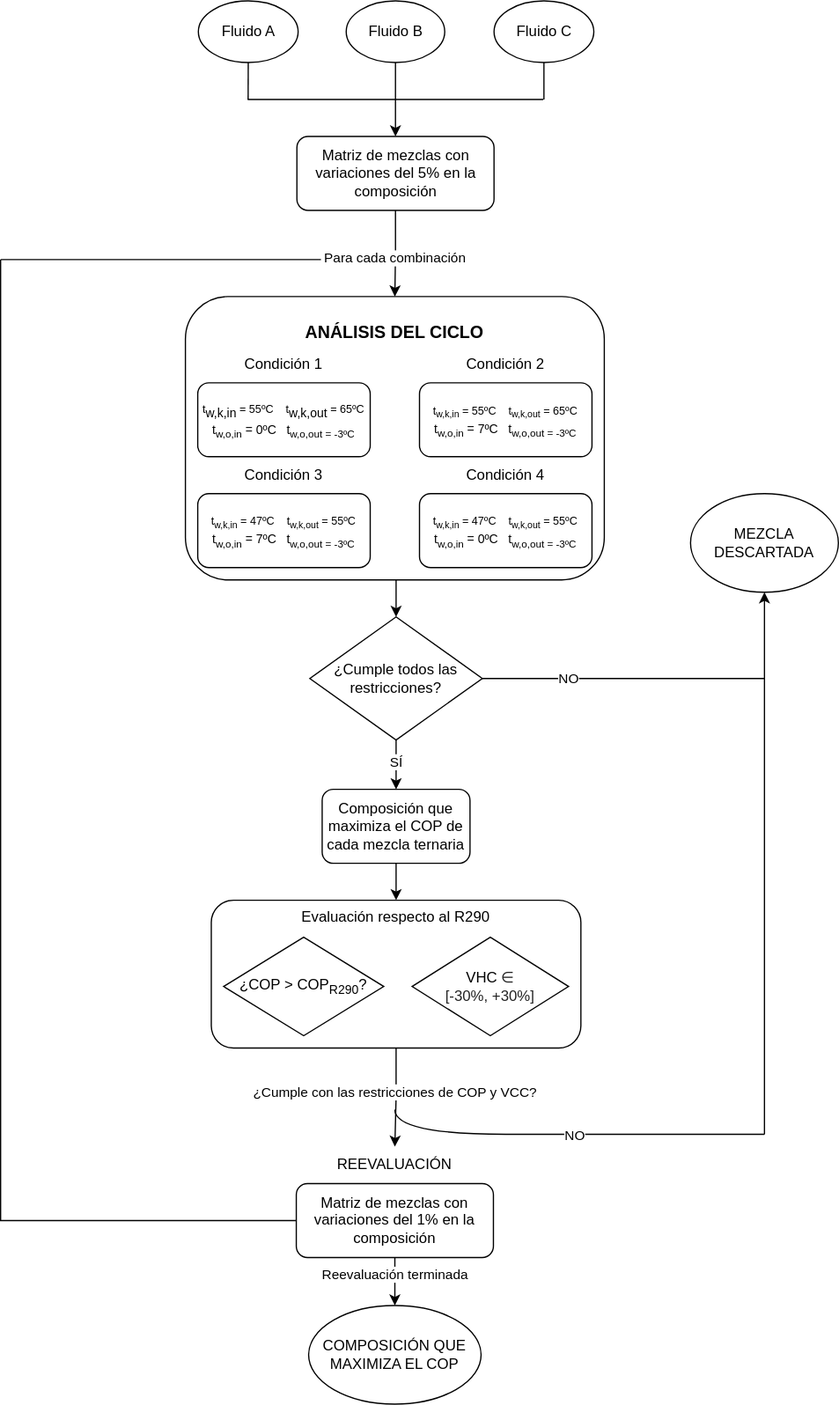
The draw.io diagram imagenes-generacion/diagrama_screening.svg in muarckbucks/Trabajo-final-de-grado, before a commit. Source tidied: cells renumbered, new cells last; positions are measured from the earlier drawing's top-left corner, leaving out a move shared by most shapes.
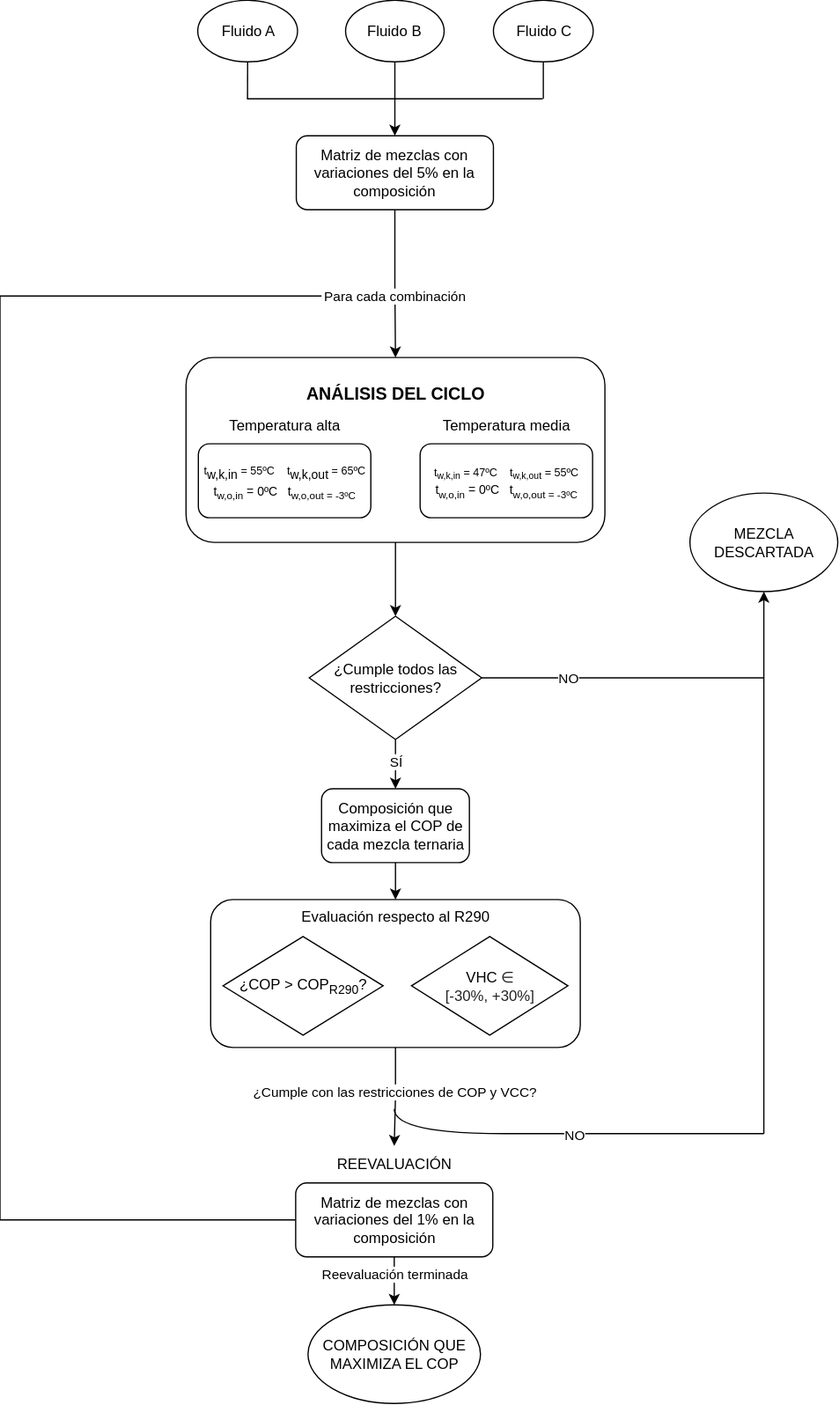
After the change.

What changed in the source:
```diff
@@ -33,15 +33,13 @@
       </mxGeometry>
     </mxCell>
     <mxCell id="9" value="Para cada combinación" style="edgeStyle=orthogonalEdgeStyle;rounded=0;jettySize=auto;html=1;exitX=0.5;exitY=1;exitDx=0;exitDy=0;entryX=0.5;entryY=0;entryDx=0;entryDy=0;" parent="1" edge="1" source="10" target="22">
-      <mxGeometry x="0.11" relative="1" as="geometry" />
+      <mxGeometry x="0.17" y="-1" relative="1" as="geometry" />
     </mxCell>
     <mxCell id="10" value="Matriz de mezclas con variaciones del 5% en la composición" style="rounded=1;whiteSpace=wrap;html=1;" parent="1" vertex="1">
       <mxGeometry x="240.5" y="110" width="160" height="60" as="geometry" />
     </mxCell>
-    <mxCell id="11" style="edgeStyle=orthogonalEdgeStyle;rounded=0;jettySize=auto;html=1;entryX=0.5;entryY=0;entryDx=0;entryDy=0;" parent="1" edge="1" target="16">
-      <mxGeometry relative="1" as="geometry">
-        <mxPoint x="321" y="470" as="sourcePoint" />
-      </mxGeometry>
+    <mxCell id="11" style="edgeStyle=orthogonalEdgeStyle;rounded=0;jettySize=auto;html=1;entryX=0.5;entryY=0;entryDx=0;entryDy=0;exitX=0.5;exitY=1;exitDx=0;exitDy=0;" parent="1" edge="1" source="22" target="16">
+      <mxGeometry relative="1" as="geometry" />
     </mxCell>
     <mxCell id="12" style="edgeStyle=orthogonalEdgeStyle;rounded=0;jettySize=auto;html=1;entryX=0.5;entryY=0;entryDx=0;entryDy=0;" parent="1" edge="1" source="16" target="18">
       <mxGeometry relative="1" as="geometry" />
@@ -74,39 +72,9 @@
     <mxCell id="20" value="¿Cumple con las restricciones de COP y VCC?" style="edgeLabel;html=1;align=center;verticalAlign=middle;" parent="19" vertex="1">
       <mxGeometry x="-0.12" y="-1" relative="1" as="geometry" />
     </mxCell>
-    <mxCell id="21" style="group;" parent="1" vertex="1">
-      <mxGeometry x="150" y="240" width="340" height="230" as="geometry" />
-    </mxCell>
-    <mxCell id="22" value="&lt;h3&gt;ANÁLISIS DEL CICLO&lt;/h3&gt;&lt;div&gt;&lt;br&gt;&lt;/div&gt;" style="rounded=1;whiteSpace=wrap;html=1;verticalAlign=top;" parent="21" vertex="1">
-      <mxGeometry width="340" height="230" as="geometry" />
-    </mxCell>
-    <mxCell id="23" value="&lt;span style=&quot;font-size: 9px; background-color: transparent; color: light-dark(rgb(0, 0, 0), rgb(255, 255, 255));&quot;&gt;t&lt;/span&gt;&lt;sub style=&quot;background-color: transparent; color: light-dark(rgb(0, 0, 0), rgb(255, 255, 255));&quot;&gt;w,k,in&lt;/sub&gt;&lt;span style=&quot;font-size: 9px; background-color: transparent; color: light-dark(rgb(0, 0, 0), rgb(255, 255, 255));&quot;&gt;&amp;nbsp;= 55ºC&amp;nbsp; &amp;nbsp; t&lt;/span&gt;&lt;sub style=&quot;background-color: transparent; color: light-dark(rgb(0, 0, 0), rgb(255, 255, 255));&quot;&gt;w,k,out&lt;/sub&gt;&lt;span style=&quot;font-size: 9px; background-color: transparent; color: light-dark(rgb(0, 0, 0), rgb(255, 255, 255));&quot;&gt;&amp;nbsp;= 65ºC&lt;/span&gt;&lt;br&gt;&lt;div&gt;&lt;font size=&quot;1&quot;&gt;t&lt;sub&gt;w,o,in&lt;/sub&gt;&amp;nbsp;= 0ºC&amp;nbsp; &amp;nbsp;t&lt;sub&gt;w,o,out = -3ºC&lt;/sub&gt;&lt;/font&gt;&lt;/div&gt;" style="rounded=1;html=1;spacing=2;spacingLeft=0;whiteSpace=wrap;labelBorderColor=none;textShadow=0;" parent="21" vertex="1">
-      <mxGeometry x="10" y="70" width="140" height="60" as="geometry" />
-    </mxCell>
-    <mxCell id="24" value="Condición 1" style="text;html=1;whiteSpace=wrap;strokeColor=none;fillColor=none;align=center;verticalAlign=middle;rounded=0;" parent="21" vertex="1">
-      <mxGeometry x="45" y="40" width="70" height="30" as="geometry" />
-    </mxCell>
-    <mxCell id="25" value="Condición 2" style="text;html=1;whiteSpace=wrap;strokeColor=none;fillColor=none;align=center;verticalAlign=middle;rounded=0;" parent="21" vertex="1">
-      <mxGeometry x="225" y="40" width="70" height="30" as="geometry" />
-    </mxCell>
-    <mxCell id="26" value="Condición 3" style="text;html=1;whiteSpace=wrap;strokeColor=none;fillColor=none;align=center;verticalAlign=middle;rounded=0;" parent="21" vertex="1">
-      <mxGeometry x="45" y="130" width="70" height="30" as="geometry" />
-    </mxCell>
-    <mxCell id="27" value="Condición 4" style="text;html=1;whiteSpace=wrap;strokeColor=none;fillColor=none;align=center;verticalAlign=middle;rounded=0;" parent="21" vertex="1">
-      <mxGeometry x="225" y="130" width="70" height="30" as="geometry" />
-    </mxCell>
-    <mxCell id="28" value="&lt;font style=&quot;font-size: 9px;&quot;&gt;t&lt;sub style=&quot;&quot;&gt;w,k,in&lt;/sub&gt;&amp;nbsp;= 55ºC&amp;nbsp; &amp;nbsp; t&lt;sub style=&quot;&quot;&gt;w,k,out&lt;/sub&gt;&amp;nbsp;= 65ºC&lt;/font&gt;&lt;div&gt;&lt;font size=&quot;1&quot;&gt;t&lt;sub&gt;w,o,in&lt;/sub&gt;&amp;nbsp;= 7ºC&amp;nbsp; &amp;nbsp;t&lt;sub&gt;w,o,out = -3ºC&lt;/sub&gt;&lt;/font&gt;&lt;/div&gt;" style="rounded=1;html=1;spacing=2;spacingLeft=0;whiteSpace=wrap;labelBorderColor=none;textShadow=0;" parent="21" vertex="1">
-      <mxGeometry x="190" y="70" width="140" height="60" as="geometry" />
-    </mxCell>
-    <mxCell id="29" value="&lt;font style=&quot;font-size: 9px;&quot;&gt;t&lt;sub style=&quot;&quot;&gt;w,k,in&lt;/sub&gt;&amp;nbsp;= 47ºC&amp;nbsp; &amp;nbsp; t&lt;sub style=&quot;&quot;&gt;w,k,out&lt;/sub&gt;&amp;nbsp;= 55ºC&lt;/font&gt;&lt;div&gt;&lt;font size=&quot;1&quot;&gt;t&lt;sub&gt;w,o,in&lt;/sub&gt;&amp;nbsp;= 7ºC&amp;nbsp; &amp;nbsp;t&lt;sub&gt;w,o,out = -3ºC&lt;/sub&gt;&lt;/font&gt;&lt;/div&gt;" style="rounded=1;html=1;spacing=2;spacingLeft=0;whiteSpace=wrap;labelBorderColor=none;textShadow=0;" parent="21" vertex="1">
-      <mxGeometry x="10" y="160" width="140" height="60" as="geometry" />
-    </mxCell>
-    <mxCell id="30" value="&lt;font style=&quot;font-size: 9px;&quot;&gt;t&lt;sub style=&quot;&quot;&gt;w,k,in&lt;/sub&gt;&amp;nbsp;= 47ºC&amp;nbsp; &amp;nbsp; t&lt;sub style=&quot;&quot;&gt;w,k,out&lt;/sub&gt;&amp;nbsp;= 55ºC&lt;/font&gt;&lt;div&gt;&lt;font size=&quot;1&quot;&gt;t&lt;sub&gt;w,o,in&lt;/sub&gt;&amp;nbsp;= 0ºC&amp;nbsp; &amp;nbsp;t&lt;sub&gt;w,o,out = -3ºC&lt;/sub&gt;&lt;/font&gt;&lt;/div&gt;" style="rounded=1;html=1;spacing=2;spacingLeft=0;whiteSpace=wrap;labelBorderColor=none;textShadow=0;" parent="21" vertex="1">
-      <mxGeometry x="190" y="160" width="140" height="60" as="geometry" />
-    </mxCell>
     <mxCell id="31" style="edgeStyle=orthogonalEdgeStyle;rounded=0;jettySize=auto;html=1;endArrow=none;endFill=0;" parent="1" edge="1" source="41">
       <mxGeometry relative="1" as="geometry">
-        <mxPoint y="210" as="targetPoint" />
+        <mxPoint y="240" as="targetPoint" />
       </mxGeometry>
     </mxCell>
     <mxCell id="32" style="edgeStyle=orthogonalEdgeStyle;rounded=0;jettySize=auto;html=1;entryX=0.5;entryY=0;entryDx=0;entryDy=0;" parent="1" edge="1" source="41" target="39">
@@ -119,8 +87,8 @@
     </mxCell>
     <mxCell id="34" style="endArrow=none;html=1;rounded=0;" parent="1" edge="1">
       <mxGeometry relative="1" as="geometry">
-        <mxPoint y="210" as="sourcePoint" />
-        <mxPoint x="260" y="210" as="targetPoint" />
+        <mxPoint y="240" as="sourcePoint" />
+        <mxPoint x="261" y="240" as="targetPoint" />
       </mxGeometry>
     </mxCell>
     <mxCell id="35" style="group;" parent="1" vertex="1">
@@ -168,5 +136,23 @@
         <mxPoint x="620" y="920" as="sourcePoint" />
       </mxGeometry>
     </mxCell>
+    <mxCell id="47" style="group;" parent="1" vertex="1">
+      <mxGeometry x="151" y="290" width="340" height="150" as="geometry" />
+    </mxCell>
+    <mxCell id="22" value="&lt;h3&gt;ANÁLISIS DEL CICLO&lt;/h3&gt;&lt;div&gt;&lt;br&gt;&lt;/div&gt;" style="rounded=1;whiteSpace=wrap;html=1;verticalAlign=top;" parent="47" vertex="1">
+      <mxGeometry width="340" height="150" as="geometry" />
+    </mxCell>
+    <mxCell id="30" value="&lt;font style=&quot;font-size: 9px;&quot;&gt;t&lt;sub style=&quot;&quot;&gt;w,k,in&lt;/sub&gt;&amp;nbsp;= 47ºC&amp;nbsp; &amp;nbsp; t&lt;sub style=&quot;&quot;&gt;w,k,out&lt;/sub&gt;&amp;nbsp;= 55ºC&lt;/font&gt;&lt;div&gt;&lt;font size=&quot;1&quot;&gt;t&lt;sub&gt;w,o,in&lt;/sub&gt;&amp;nbsp;= 0ºC&amp;nbsp; &amp;nbsp;t&lt;sub&gt;w,o,out = -3ºC&lt;/sub&gt;&lt;/font&gt;&lt;/div&gt;" style="rounded=1;html=1;spacing=2;spacingLeft=0;whiteSpace=wrap;labelBorderColor=none;textShadow=0;" parent="22" vertex="1">
+      <mxGeometry x="190" y="70" width="140" height="60" as="geometry" />
+    </mxCell>
+    <mxCell id="23" value="&lt;span style=&quot;font-size: 9px; background-color: transparent; color: light-dark(rgb(0, 0, 0), rgb(255, 255, 255));&quot;&gt;t&lt;/span&gt;&lt;sub style=&quot;background-color: transparent; color: light-dark(rgb(0, 0, 0), rgb(255, 255, 255));&quot;&gt;w,k,in&lt;/sub&gt;&lt;span style=&quot;font-size: 9px; background-color: transparent; color: light-dark(rgb(0, 0, 0), rgb(255, 255, 255));&quot;&gt;&amp;nbsp;= 55ºC&amp;nbsp; &amp;nbsp; t&lt;/span&gt;&lt;sub style=&quot;background-color: transparent; color: light-dark(rgb(0, 0, 0), rgb(255, 255, 255));&quot;&gt;w,k,out&lt;/sub&gt;&lt;span style=&quot;font-size: 9px; background-color: transparent; color: light-dark(rgb(0, 0, 0), rgb(255, 255, 255));&quot;&gt;&amp;nbsp;= 65ºC&lt;/span&gt;&lt;br&gt;&lt;div&gt;&lt;font size=&quot;1&quot;&gt;t&lt;sub&gt;w,o,in&lt;/sub&gt;&amp;nbsp;= 0ºC&amp;nbsp; &amp;nbsp;t&lt;sub&gt;w,o,out = -3ºC&lt;/sub&gt;&lt;/font&gt;&lt;/div&gt;" style="rounded=1;html=1;spacing=2;spacingLeft=0;whiteSpace=wrap;labelBorderColor=none;textShadow=0;" parent="47" vertex="1">
+      <mxGeometry x="10" y="70" width="140" height="60" as="geometry" />
+    </mxCell>
+    <mxCell id="24" value="Temperatura alta" style="text;html=1;whiteSpace=wrap;strokeColor=none;fillColor=none;align=center;verticalAlign=middle;rounded=0;" parent="47" vertex="1">
+      <mxGeometry x="30" y="40" width="100" height="30" as="geometry" />
+    </mxCell>
+    <mxCell id="25" value="Temperatura media" style="text;html=1;whiteSpace=wrap;strokeColor=none;fillColor=none;align=center;verticalAlign=middle;rounded=0;" parent="47" vertex="1">
+      <mxGeometry x="200" y="40" width="120" height="30" as="geometry" />
+    </mxCell>
   </root>
 </mxGraphModel>
```
